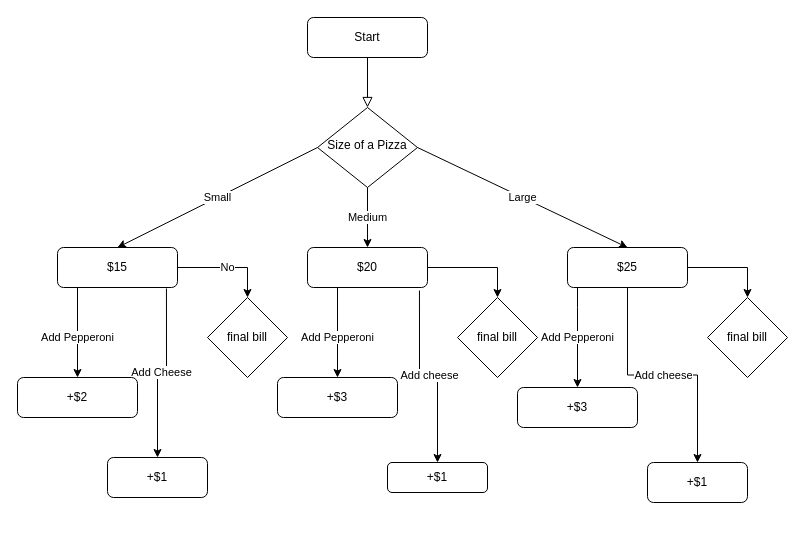
BrianShin86/UdemyPython_AppBrewery keeps this draw.io diagram as Untitled Diagram.drawio. Above is the earlier version. Source tidied: cells renumbered, new cells numbered last; positions are measured from the earlier drawing's top-left corner, leaving out a move shared by most shapes. Both pictures are drawn from the tidied source at 100%, with x=0, y=0 at pixel (17, 17).
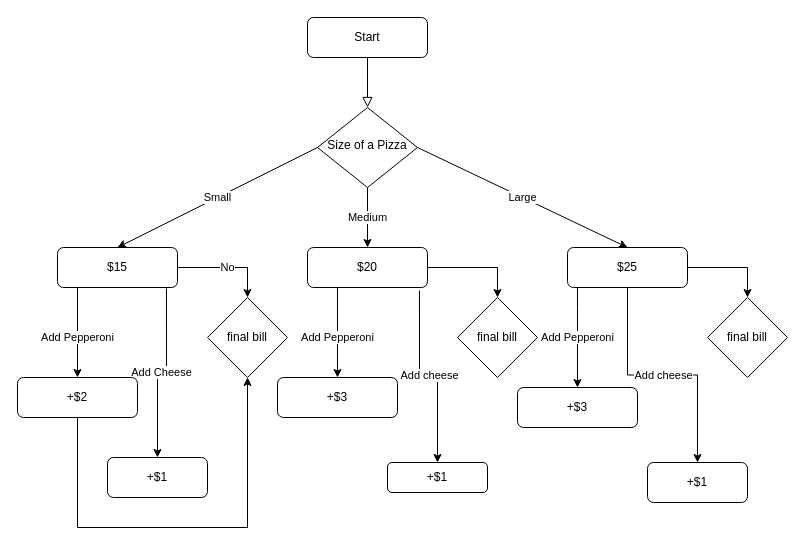
After the change.

Commit message:
Pizza order diagram.drawio

Unchanged cells that the change refers to:
```xml
<mxCell id="20" value="+$2" style="rounded=1;whiteSpace=wrap;html=1;" parent="1" vertex="1">
  <mxGeometry y="360" width="120" height="40" as="geometry" />
</mxCell>
<mxCell id="23" value="final bill" style="rhombus;whiteSpace=wrap;html=1;" parent="1" vertex="1">
  <mxGeometry x="190" y="280" width="80" height="80" as="geometry" />
</mxCell>
```

Change to the diagram source:
```diff
@@
+    <mxCell id="29" style="edgeStyle=orthogonalEdgeStyle;rounded=0;jettySize=auto;html=1;entryX=0.5;entryY=1;entryDx=0;entryDy=0;" parent="1" edge="1" source="20" target="23">
+      <mxGeometry relative="1" as="geometry">
+        <Array as="points">
+          <mxPoint x="60" y="510" />
+          <mxPoint x="230" y="510" />
+        </Array>
+      </mxGeometry>
+    </mxCell>
```
